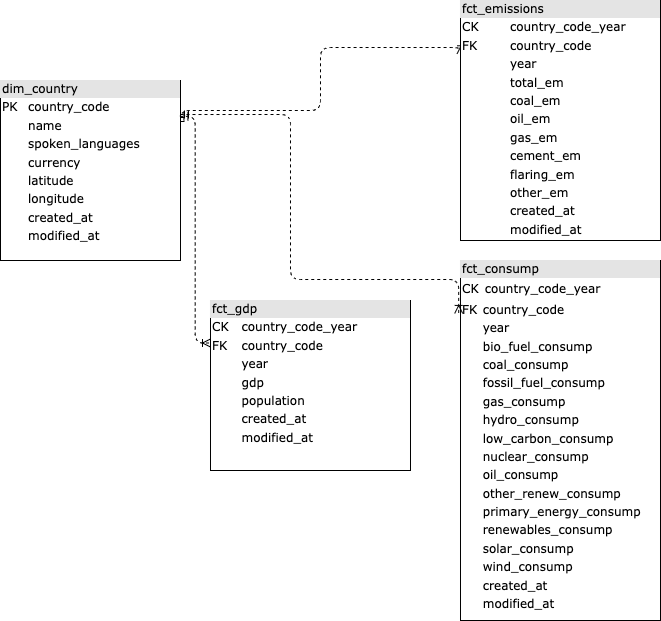
Before: imgs/data-model.drawio.png, a diagram exported from draw.io (Reed-Carter/Emissions-by-Country). Source tidied: cells renumbered, new cells last; positions are measured from the earlier drawing's top-left corner, leaving out a move shared by most shapes.
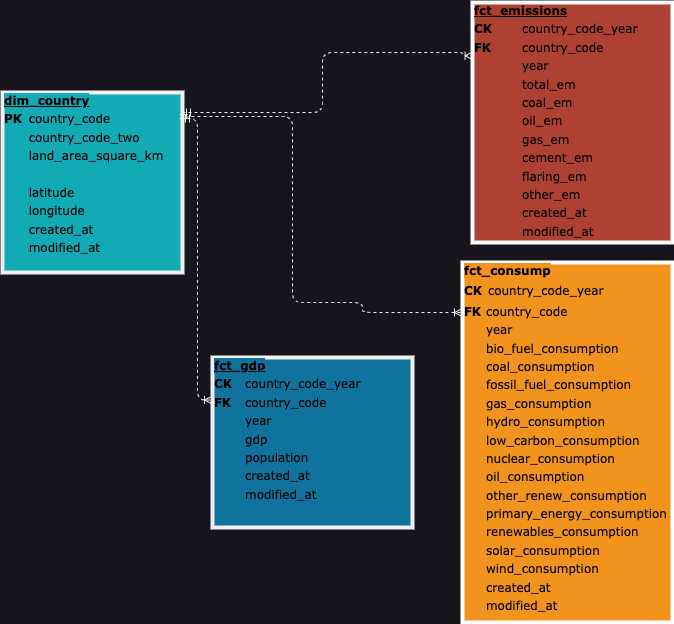
The same diagram one commit later.

Commit message:
Add updated data model

What changed in the source:
```diff
@@ -2,39 +2,47 @@
   <root>
     <mxCell id="0" />
     <mxCell id="1" parent="0" />
-    <mxCell id="2" style="edgeStyle=orthogonalEdgeStyle;html=1;exitX=1;exitY=0.25;dashed=1;labelBackgroundColor=none;startArrow=ERmandOne;endArrow=ERoneToMany;fontFamily=Verdana;fontSize=12;align=left;entryX=0.003;entryY=0.222;entryDx=0;entryDy=0;entryPerimeter=0;exitDx=0;exitDy=0;" parent="1" edge="1" source="3" target="4">
+    <mxCell id="2" style="edgeStyle=orthogonalEdgeStyle;html=1;dashed=1;labelBackgroundColor=none;startArrow=ERmandOne;endArrow=ERoneToMany;fontFamily=Verdana;fontSize=12;align=left;entryX=0.003;entryY=0.222;entryDx=0;entryDy=0;entryPerimeter=0;" parent="1" edge="1" target="4">
       <mxGeometry relative="1" as="geometry">
+        <mxPoint x="180" y="110" as="sourcePoint" />
         <Array as="points">
-          <mxPoint x="180" y="110" />
           <mxPoint x="320" y="110" />
-          <mxPoint x="320" y="47" />
+          <mxPoint x="320" y="50" />
+          <mxPoint x="461" y="50" />
         </Array>
       </mxGeometry>
     </mxCell>
-    <mxCell id="3" value="&lt;div style=&quot;box-sizing: border-box ; width: 100% ; background: #e4e4e4 ; padding: 2px&quot;&gt;dim_country&lt;/div&gt;&lt;table style=&quot;width: 100% ; font-size: 1em&quot; cellpadding=&quot;2&quot; cellspacing=&quot;0&quot;&gt;&lt;tbody&gt;&lt;tr&gt;&lt;td&gt;PK&lt;/td&gt;&lt;td&gt;country_code&lt;/td&gt;&lt;/tr&gt;&lt;tr&gt;&lt;td&gt;&lt;/td&gt;&lt;td&gt;name&lt;/td&gt;&lt;/tr&gt;&lt;tr&gt;&lt;td&gt;&lt;/td&gt;&lt;td&gt;spoken_languages&lt;/td&gt;&lt;/tr&gt;&lt;tr&gt;&lt;td&gt;&lt;br&gt;&lt;/td&gt;&lt;td&gt;currency&lt;br&gt;&lt;/td&gt;&lt;/tr&gt;&lt;tr&gt;&lt;td&gt;&lt;br&gt;&lt;/td&gt;&lt;td&gt;latitude&lt;/td&gt;&lt;/tr&gt;&lt;tr&gt;&lt;td&gt;&lt;br&gt;&lt;/td&gt;&lt;td&gt;longitude&lt;/td&gt;&lt;/tr&gt;&lt;tr&gt;&lt;td&gt;&lt;br&gt;&lt;/td&gt;&lt;td&gt;created_at&lt;/td&gt;&lt;/tr&gt;&lt;tr&gt;&lt;td&gt;&lt;br&gt;&lt;/td&gt;&lt;td&gt;modified_at&lt;/td&gt;&lt;/tr&gt;&lt;/tbody&gt;&lt;/table&gt;" style="verticalAlign=top;align=left;overflow=fill;html=1;rounded=0;shadow=0;comic=0;labelBackgroundColor=none;strokeWidth=1;fontFamily=Verdana;fontSize=12;" parent="1" vertex="1">
-      <mxGeometry y="80" width="180" height="180" as="geometry" />
+    <mxCell id="3" value="&lt;div style=&quot;box-sizing: border-box; width: 100%; background-image: initial; background-position: initial; background-size: initial; background-repeat: initial; background-attachment: initial; background-origin: initial; background-clip: initial; padding: 2px;&quot;&gt;&lt;span style=&quot;background-color: rgb(18, 170, 181);&quot;&gt;&lt;b&gt;&lt;u&gt;dim_country&lt;/u&gt;&lt;/b&gt;&lt;/span&gt;&lt;/div&gt;&lt;table style=&quot;width: 100% ; font-size: 1em&quot; cellpadding=&quot;2&quot; cellspacing=&quot;0&quot;&gt;&lt;tbody&gt;&lt;tr&gt;&lt;td&gt;&lt;b&gt;PK&lt;/b&gt;&lt;/td&gt;&lt;td&gt;country_code&lt;/td&gt;&lt;/tr&gt;&lt;tr&gt;&lt;td&gt;&lt;/td&gt;&lt;td&gt;country_code_two&lt;/td&gt;&lt;/tr&gt;&lt;tr&gt;&lt;td&gt;&lt;/td&gt;&lt;td&gt;land_area_square_km&lt;br&gt;&lt;/td&gt;&lt;/tr&gt;&lt;tr&gt;&lt;td&gt;&lt;br&gt;&lt;/td&gt;&lt;td&gt;&lt;br&gt;&lt;/td&gt;&lt;/tr&gt;&lt;tr&gt;&lt;td&gt;&lt;br&gt;&lt;/td&gt;&lt;td&gt;latitude&lt;/td&gt;&lt;/tr&gt;&lt;tr&gt;&lt;td&gt;&lt;br&gt;&lt;/td&gt;&lt;td&gt;longitude&lt;/td&gt;&lt;/tr&gt;&lt;tr&gt;&lt;td&gt;&lt;br&gt;&lt;/td&gt;&lt;td&gt;created_at&lt;/td&gt;&lt;/tr&gt;&lt;tr&gt;&lt;td&gt;&lt;br&gt;&lt;/td&gt;&lt;td&gt;modified_at&lt;/td&gt;&lt;/tr&gt;&lt;/tbody&gt;&lt;/table&gt;" style="verticalAlign=top;align=left;overflow=fill;html=1;rounded=0;shadow=0;comic=0;labelBackgroundColor=none;strokeWidth=4;fontFamily=Verdana;fontSize=12;fillColor=#12AAB5;fontColor=#000000;" parent="1" vertex="1">
+      <mxGeometry y="90" width="180" height="180" as="geometry" />
     </mxCell>
-    <mxCell id="4" value="&lt;div style=&quot;box-sizing: border-box ; width: 100% ; background: #e4e4e4 ; padding: 2px&quot;&gt;fct_emissions&lt;/div&gt;&lt;table style=&quot;width: 100% ; font-size: 1em&quot; cellpadding=&quot;2&quot; cellspacing=&quot;0&quot;&gt;&lt;tbody&gt;&lt;tr&gt;&lt;td&gt;CK&lt;/td&gt;&lt;td&gt;country_code_year&lt;/td&gt;&lt;/tr&gt;&lt;tr&gt;&lt;td&gt;FK&lt;/td&gt;&lt;td&gt;country_code&lt;br&gt;&lt;/td&gt;&lt;/tr&gt;&lt;tr&gt;&lt;td&gt;&lt;/td&gt;&lt;td&gt;year&lt;/td&gt;&lt;/tr&gt;&lt;tr&gt;&lt;td&gt;&lt;br&gt;&lt;/td&gt;&lt;td&gt;total_em&lt;br&gt;&lt;/td&gt;&lt;/tr&gt;&lt;tr&gt;&lt;td&gt;&lt;br&gt;&lt;/td&gt;&lt;td&gt;coal_em&lt;br&gt;&lt;/td&gt;&lt;/tr&gt;&lt;tr&gt;&lt;td&gt;&lt;br&gt;&lt;/td&gt;&lt;td&gt;oil_em&lt;br&gt;&lt;/td&gt;&lt;/tr&gt;&lt;tr&gt;&lt;td&gt;&lt;br&gt;&lt;/td&gt;&lt;td&gt;gas_em&lt;/td&gt;&lt;/tr&gt;&lt;tr&gt;&lt;td&gt;&lt;br&gt;&lt;/td&gt;&lt;td&gt;cement_em&lt;/td&gt;&lt;/tr&gt;&lt;tr&gt;&lt;td&gt;&lt;br&gt;&lt;/td&gt;&lt;td&gt;flaring_em&lt;/td&gt;&lt;/tr&gt;&lt;tr&gt;&lt;td&gt;&lt;span style=&quot;white-space: pre;&quot;&gt;&#9;&lt;/span&gt;&lt;br&gt;&lt;/td&gt;&lt;td&gt;other_em&lt;/td&gt;&lt;/tr&gt;&lt;tr&gt;&lt;td&gt;&lt;br&gt;&lt;/td&gt;&lt;td&gt;created_at&lt;/td&gt;&lt;/tr&gt;&lt;tr&gt;&lt;td&gt;&lt;br&gt;&lt;/td&gt;&lt;td&gt;modified_at&lt;/td&gt;&lt;/tr&gt;&lt;/tbody&gt;&lt;/table&gt;" style="verticalAlign=top;align=left;overflow=fill;html=1;rounded=0;shadow=0;comic=0;labelBackgroundColor=none;strokeWidth=1;fontFamily=Verdana;fontSize=12;" parent="1" vertex="1">
-      <mxGeometry x="460" width="200" height="240" as="geometry" />
+    <mxCell id="4" value="&lt;div style=&quot;box-sizing: border-box; width: 100%; background-image: initial; background-position: initial; background-size: initial; background-repeat: initial; background-attachment: initial; background-origin: initial; background-clip: initial; padding: 2px;&quot;&gt;&lt;b&gt;&lt;u&gt;fct_emissions&lt;/u&gt;&lt;/b&gt;&lt;/div&gt;&lt;table style=&quot;width: 100% ; font-size: 1em&quot; cellpadding=&quot;2&quot; cellspacing=&quot;0&quot;&gt;&lt;tbody&gt;&lt;tr&gt;&lt;td&gt;&lt;b&gt;CK&lt;/b&gt;&lt;/td&gt;&lt;td&gt;country_code_year&lt;/td&gt;&lt;/tr&gt;&lt;tr&gt;&lt;td&gt;&lt;b&gt;FK&lt;/b&gt;&lt;/td&gt;&lt;td&gt;country_code&lt;br&gt;&lt;/td&gt;&lt;/tr&gt;&lt;tr&gt;&lt;td&gt;&lt;/td&gt;&lt;td&gt;year&lt;/td&gt;&lt;/tr&gt;&lt;tr&gt;&lt;td&gt;&lt;br&gt;&lt;/td&gt;&lt;td&gt;total_em&lt;br&gt;&lt;/td&gt;&lt;/tr&gt;&lt;tr&gt;&lt;td&gt;&lt;br&gt;&lt;/td&gt;&lt;td&gt;coal_em&lt;br&gt;&lt;/td&gt;&lt;/tr&gt;&lt;tr&gt;&lt;td&gt;&lt;br&gt;&lt;/td&gt;&lt;td&gt;oil_em&lt;br&gt;&lt;/td&gt;&lt;/tr&gt;&lt;tr&gt;&lt;td&gt;&lt;br&gt;&lt;/td&gt;&lt;td&gt;gas_em&lt;/td&gt;&lt;/tr&gt;&lt;tr&gt;&lt;td&gt;&lt;br&gt;&lt;/td&gt;&lt;td&gt;cement_em&lt;/td&gt;&lt;/tr&gt;&lt;tr&gt;&lt;td&gt;&lt;br&gt;&lt;/td&gt;&lt;td&gt;flaring_em&lt;/td&gt;&lt;/tr&gt;&lt;tr&gt;&lt;td&gt;&lt;span style=&quot;white-space: pre;&quot;&gt;&#9;&lt;/span&gt;&lt;br&gt;&lt;/td&gt;&lt;td&gt;other_em&lt;/td&gt;&lt;/tr&gt;&lt;tr&gt;&lt;td&gt;&lt;br&gt;&lt;/td&gt;&lt;td&gt;created_at&lt;/td&gt;&lt;/tr&gt;&lt;tr&gt;&lt;td&gt;&lt;br&gt;&lt;/td&gt;&lt;td&gt;modified_at&lt;/td&gt;&lt;/tr&gt;&lt;/tbody&gt;&lt;/table&gt;" style="verticalAlign=top;align=left;overflow=fill;html=1;rounded=0;shadow=0;comic=0;labelBackgroundColor=none;strokeWidth=4;fontFamily=Verdana;fontSize=12;fillColor=#AE4132;gradientColor=none;strokeColor=#FFFFFF;fontColor=#000000;perimeterSpacing=0;" parent="1" vertex="1">
+      <mxGeometry x="470" width="200" height="240" as="geometry" />
     </mxCell>
-    <mxCell id="5" value="&lt;div style=&quot;box-sizing: border-box ; width: 100% ; background: #e4e4e4 ; padding: 2px&quot;&gt;fct_consump&lt;/div&gt;&lt;table style=&quot;width: 100% ; font-size: 1em&quot; cellpadding=&quot;2&quot; cellspacing=&quot;0&quot;&gt;&lt;tbody&gt;&lt;tr&gt;&lt;td&gt;CK&lt;/td&gt;&lt;td&gt;&lt;table style=&quot;border-color: var(--border-color); font-size: 1em; width: 250px;&quot; cellpadding=&quot;2&quot; cellspacing=&quot;0&quot;&gt;&lt;tbody style=&quot;border-color: var(--border-color);&quot;&gt;&lt;tr style=&quot;border-color: var(--border-color);&quot;&gt;&lt;td style=&quot;border-color: var(--border-color);&quot;&gt;country_code_year&lt;/td&gt;&lt;/tr&gt;&lt;tr style=&quot;border-color: var(--border-color);&quot;&gt;&lt;/tr&gt;&lt;/tbody&gt;&lt;/table&gt;&lt;/td&gt;&lt;/tr&gt;&lt;tr&gt;&lt;td&gt;FK&lt;/td&gt;&lt;td&gt;country_code&lt;br&gt;&lt;/td&gt;&lt;/tr&gt;&lt;tr&gt;&lt;td&gt;&lt;/td&gt;&lt;td&gt;year&lt;/td&gt;&lt;/tr&gt;&lt;tr&gt;&lt;td&gt;&lt;br&gt;&lt;/td&gt;&lt;td&gt;bio_fuel_consump&lt;/td&gt;&lt;/tr&gt;&lt;tr&gt;&lt;td&gt;&lt;br&gt;&lt;/td&gt;&lt;td&gt;coal_consump&lt;/td&gt;&lt;/tr&gt;&lt;tr&gt;&lt;td&gt;&lt;br&gt;&lt;/td&gt;&lt;td&gt;fossil_fuel_consump&lt;/td&gt;&lt;/tr&gt;&lt;tr&gt;&lt;td&gt;&lt;br&gt;&lt;/td&gt;&lt;td&gt;gas_consump&lt;/td&gt;&lt;/tr&gt;&lt;tr&gt;&lt;td&gt;&lt;br&gt;&lt;/td&gt;&lt;td&gt;hydro_consump&lt;/td&gt;&lt;/tr&gt;&lt;tr&gt;&lt;td&gt;&lt;br&gt;&lt;/td&gt;&lt;td&gt;low_carbon_consump&lt;/td&gt;&lt;/tr&gt;&lt;tr&gt;&lt;td&gt;&lt;br&gt;&lt;/td&gt;&lt;td&gt;nuclear_consump&lt;/td&gt;&lt;/tr&gt;&lt;tr&gt;&lt;td&gt;&lt;br&gt;&lt;/td&gt;&lt;td&gt;oil_consump&lt;/td&gt;&lt;/tr&gt;&lt;tr&gt;&lt;td&gt;&lt;br&gt;&lt;/td&gt;&lt;td&gt;other_renew_consump&lt;/td&gt;&lt;/tr&gt;&lt;tr&gt;&lt;td&gt;&lt;br&gt;&lt;/td&gt;&lt;td&gt;primary_energy_consump&lt;/td&gt;&lt;/tr&gt;&lt;tr&gt;&lt;td&gt;&lt;br&gt;&lt;/td&gt;&lt;td&gt;renewables_consump&lt;/td&gt;&lt;/tr&gt;&lt;tr&gt;&lt;td&gt;&lt;br&gt;&lt;/td&gt;&lt;td&gt;solar_consump&lt;/td&gt;&lt;/tr&gt;&lt;tr&gt;&lt;td&gt;&lt;br&gt;&lt;/td&gt;&lt;td&gt;wind_consump&lt;/td&gt;&lt;/tr&gt;&lt;tr&gt;&lt;td&gt;&lt;br&gt;&lt;/td&gt;&lt;td&gt;created_at&lt;/td&gt;&lt;/tr&gt;&lt;tr&gt;&lt;td&gt;&lt;br&gt;&lt;/td&gt;&lt;td&gt;modified_at&lt;/td&gt;&lt;/tr&gt;&lt;/tbody&gt;&lt;/table&gt;" style="verticalAlign=top;align=left;overflow=fill;html=1;rounded=0;shadow=0;comic=0;labelBackgroundColor=none;strokeWidth=1;fontFamily=Verdana;fontSize=12;" parent="1" vertex="1">
-      <mxGeometry x="460" y="260" width="200" height="360" as="geometry" />
+    <mxCell id="5" value="&lt;div style=&quot;box-sizing: border-box; width: 100%; background-image: initial; background-position: initial; background-size: initial; background-repeat: initial; background-attachment: initial; background-origin: initial; background-clip: initial; padding: 2px;&quot;&gt;&lt;b style=&quot;background-color: rgb(242, 147, 30);&quot;&gt;fct_consump&lt;/b&gt;&lt;/div&gt;&lt;table style=&quot;width: 100% ; font-size: 1em&quot; cellpadding=&quot;2&quot; cellspacing=&quot;0&quot;&gt;&lt;tbody&gt;&lt;tr&gt;&lt;td&gt;&lt;b&gt;CK&lt;/b&gt;&lt;/td&gt;&lt;td&gt;&lt;table style=&quot;border-color: var(--border-color); font-size: 1em; width: 250px;&quot; cellpadding=&quot;2&quot; cellspacing=&quot;0&quot;&gt;&lt;tbody style=&quot;border-color: var(--border-color);&quot;&gt;&lt;tr style=&quot;border-color: var(--border-color);&quot;&gt;&lt;td style=&quot;border-color: var(--border-color);&quot;&gt;country_code_year&lt;/td&gt;&lt;/tr&gt;&lt;tr style=&quot;border-color: var(--border-color);&quot;&gt;&lt;/tr&gt;&lt;/tbody&gt;&lt;/table&gt;&lt;/td&gt;&lt;/tr&gt;&lt;tr&gt;&lt;td&gt;&lt;b&gt;FK&lt;/b&gt;&lt;/td&gt;&lt;td&gt;country_code&lt;br&gt;&lt;/td&gt;&lt;/tr&gt;&lt;tr&gt;&lt;td&gt;&lt;/td&gt;&lt;td&gt;year&lt;/td&gt;&lt;/tr&gt;&lt;tr&gt;&lt;td&gt;&lt;br&gt;&lt;/td&gt;&lt;td&gt;bio_fuel_consumption&lt;/td&gt;&lt;/tr&gt;&lt;tr&gt;&lt;td&gt;&lt;br&gt;&lt;/td&gt;&lt;td&gt;coal_consumption&lt;/td&gt;&lt;/tr&gt;&lt;tr&gt;&lt;td&gt;&lt;br&gt;&lt;/td&gt;&lt;td&gt;fossil_fuel_consumption&lt;/td&gt;&lt;/tr&gt;&lt;tr&gt;&lt;td&gt;&lt;br&gt;&lt;/td&gt;&lt;td&gt;gas_consumption&lt;/td&gt;&lt;/tr&gt;&lt;tr&gt;&lt;td&gt;&lt;br&gt;&lt;/td&gt;&lt;td&gt;hydro_consumption&lt;/td&gt;&lt;/tr&gt;&lt;tr&gt;&lt;td&gt;&lt;br&gt;&lt;/td&gt;&lt;td&gt;low_carbon_consumption&lt;/td&gt;&lt;/tr&gt;&lt;tr&gt;&lt;td&gt;&lt;br&gt;&lt;/td&gt;&lt;td&gt;nuclear_consumption&lt;/td&gt;&lt;/tr&gt;&lt;tr&gt;&lt;td&gt;&lt;br&gt;&lt;/td&gt;&lt;td&gt;oil_consumption&lt;/td&gt;&lt;/tr&gt;&lt;tr&gt;&lt;td&gt;&lt;br&gt;&lt;/td&gt;&lt;td&gt;other_renew_consumption&lt;/td&gt;&lt;/tr&gt;&lt;tr&gt;&lt;td&gt;&lt;br&gt;&lt;/td&gt;&lt;td&gt;primary_energy_consumption&lt;/td&gt;&lt;/tr&gt;&lt;tr&gt;&lt;td&gt;&lt;br&gt;&lt;/td&gt;&lt;td&gt;renewables_consumption&lt;/td&gt;&lt;/tr&gt;&lt;tr&gt;&lt;td&gt;&lt;br&gt;&lt;/td&gt;&lt;td&gt;solar_consumption&lt;/td&gt;&lt;/tr&gt;&lt;tr&gt;&lt;td&gt;&lt;br&gt;&lt;/td&gt;&lt;td&gt;wind_consumption&lt;/td&gt;&lt;/tr&gt;&lt;tr&gt;&lt;td&gt;&lt;br&gt;&lt;/td&gt;&lt;td&gt;created_at&lt;/td&gt;&lt;/tr&gt;&lt;tr&gt;&lt;td&gt;&lt;br&gt;&lt;/td&gt;&lt;td&gt;modified_at&lt;/td&gt;&lt;/tr&gt;&lt;/tbody&gt;&lt;/table&gt;" style="verticalAlign=top;align=left;overflow=fill;html=1;rounded=0;shadow=0;comic=0;labelBackgroundColor=none;strokeWidth=4;fontFamily=Verdana;fontSize=12;fillColor=#F2931E;gradientColor=none;strokeColor=#FFFFFF;fontColor=#000000;" parent="1" vertex="1">
+      <mxGeometry x="460" y="260" width="210" height="360" as="geometry" />
     </mxCell>
-    <mxCell id="6" style="edgeStyle=orthogonalEdgeStyle;html=1;exitX=1;exitY=0.25;dashed=1;labelBackgroundColor=none;startArrow=ERmandOne;endArrow=ERoneToMany;fontFamily=Verdana;fontSize=12;align=left;exitDx=0;exitDy=0;entryX=-0.009;entryY=0.147;entryDx=0;entryDy=0;entryPerimeter=0;" parent="1" edge="1" target="5">
+    <mxCell id="6" style="edgeStyle=orthogonalEdgeStyle;html=1;exitX=1.006;exitY=0.167;dashed=1;labelBackgroundColor=none;startArrow=ERmandOne;endArrow=ERoneToMany;fontFamily=Verdana;fontSize=12;align=left;exitDx=0;exitDy=0;exitPerimeter=0;" parent="1" edge="1" source="3">
       <mxGeometry relative="1" as="geometry">
-        <mxPoint x="180" y="114" as="sourcePoint" />
+        <mxPoint x="460" y="310" as="targetPoint" />
         <Array as="points">
+          <mxPoint x="181" y="114" />
           <mxPoint x="290" y="114" />
-          <mxPoint x="290" y="279" />
+          <mxPoint x="290" y="300" />
+          <mxPoint x="360" y="300" />
+          <mxPoint x="360" y="310" />
         </Array>
       </mxGeometry>
     </mxCell>
-    <mxCell id="7" value="&lt;div style=&quot;box-sizing: border-box ; width: 100% ; background: #e4e4e4 ; padding: 2px&quot;&gt;fct_gdp&lt;/div&gt;&lt;table style=&quot;width: 100% ; font-size: 1em&quot; cellpadding=&quot;2&quot; cellspacing=&quot;0&quot;&gt;&lt;tbody&gt;&lt;tr&gt;&lt;td&gt;CK&lt;/td&gt;&lt;td&gt;country_code_year&lt;/td&gt;&lt;/tr&gt;&lt;tr&gt;&lt;td&gt;FK&lt;/td&gt;&lt;td&gt;country_code&lt;br&gt;&lt;/td&gt;&lt;/tr&gt;&lt;tr&gt;&lt;td&gt;&lt;/td&gt;&lt;td&gt;year&lt;/td&gt;&lt;/tr&gt;&lt;tr&gt;&lt;td&gt;&lt;br&gt;&lt;/td&gt;&lt;td&gt;gdp&lt;/td&gt;&lt;/tr&gt;&lt;tr&gt;&lt;td&gt;&lt;br&gt;&lt;/td&gt;&lt;td&gt;population&lt;br&gt;&lt;/td&gt;&lt;/tr&gt;&lt;tr&gt;&lt;td&gt;&lt;br&gt;&lt;/td&gt;&lt;td&gt;created_at&lt;/td&gt;&lt;/tr&gt;&lt;tr&gt;&lt;td&gt;&lt;br&gt;&lt;/td&gt;&lt;td&gt;modified_at&lt;/td&gt;&lt;/tr&gt;&lt;/tbody&gt;&lt;/table&gt;" style="verticalAlign=top;align=left;overflow=fill;html=1;rounded=0;shadow=0;comic=0;labelBackgroundColor=none;strokeWidth=1;fontFamily=Verdana;fontSize=12;" parent="1" vertex="1">
-      <mxGeometry x="210" y="300" width="200" height="170" as="geometry" />
+    <mxCell id="7" value="&lt;div style=&quot;box-sizing: border-box; width: 100%; background-image: initial; background-position: initial; background-size: initial; background-repeat: initial; background-attachment: initial; background-origin: initial; background-clip: initial; padding: 2px;&quot;&gt;&lt;span style=&quot;background-color: rgb(16, 115, 158);&quot;&gt;&lt;b&gt;&lt;u&gt;fct_gdp&lt;/u&gt;&lt;/b&gt;&lt;/span&gt;&lt;/div&gt;&lt;table style=&quot;width: 100% ; font-size: 1em&quot; cellpadding=&quot;2&quot; cellspacing=&quot;0&quot;&gt;&lt;tbody&gt;&lt;tr&gt;&lt;td&gt;&lt;b&gt;CK&lt;/b&gt;&lt;/td&gt;&lt;td&gt;country_code_year&lt;/td&gt;&lt;/tr&gt;&lt;tr&gt;&lt;td&gt;&lt;b&gt;FK&lt;/b&gt;&lt;/td&gt;&lt;td&gt;country_code&lt;br&gt;&lt;/td&gt;&lt;/tr&gt;&lt;tr&gt;&lt;td&gt;&lt;/td&gt;&lt;td&gt;year&lt;/td&gt;&lt;/tr&gt;&lt;tr&gt;&lt;td&gt;&lt;br&gt;&lt;/td&gt;&lt;td&gt;gdp&lt;/td&gt;&lt;/tr&gt;&lt;tr&gt;&lt;td&gt;&lt;br&gt;&lt;/td&gt;&lt;td&gt;population&lt;br&gt;&lt;/td&gt;&lt;/tr&gt;&lt;tr&gt;&lt;td&gt;&lt;br&gt;&lt;/td&gt;&lt;td&gt;created_at&lt;/td&gt;&lt;/tr&gt;&lt;tr&gt;&lt;td&gt;&lt;br&gt;&lt;/td&gt;&lt;td&gt;modified_at&lt;/td&gt;&lt;/tr&gt;&lt;/tbody&gt;&lt;/table&gt;" style="verticalAlign=top;align=left;overflow=fill;html=1;rounded=0;shadow=0;comic=0;labelBackgroundColor=none;strokeWidth=4;fontFamily=Verdana;fontSize=12;fillColor=#10739E;fontColor=#000000;" parent="1" vertex="1">
+      <mxGeometry x="210" y="355" width="200" height="170" as="geometry" />
     </mxCell>
-    <mxCell id="8" style="edgeStyle=orthogonalEdgeStyle;html=1;exitX=1;exitY=0.25;dashed=1;labelBackgroundColor=none;startArrow=ERmandOne;endArrow=ERoneToMany;fontFamily=Verdana;fontSize=12;align=left;entryX=0;entryY=0.25;entryDx=0;entryDy=0;exitDx=0;exitDy=0;" parent="1" edge="1" target="7">
+    <mxCell id="8" style="edgeStyle=orthogonalEdgeStyle;html=1;dashed=1;labelBackgroundColor=none;startArrow=ERmandOne;endArrow=ERoneToMany;fontFamily=Verdana;fontSize=12;align=left;entryX=0;entryY=0.25;entryDx=0;entryDy=0;" parent="1" edge="1" target="7">
       <mxGeometry relative="1" as="geometry">
-        <mxPoint x="179.4" y="115.9" as="sourcePoint" />
+        <mxPoint x="179" y="116" as="sourcePoint" />
+        <Array as="points">
+          <mxPoint x="195" y="116" />
+          <mxPoint x="195" y="398" />
+        </Array>
       </mxGeometry>
     </mxCell>
   </root>
```
